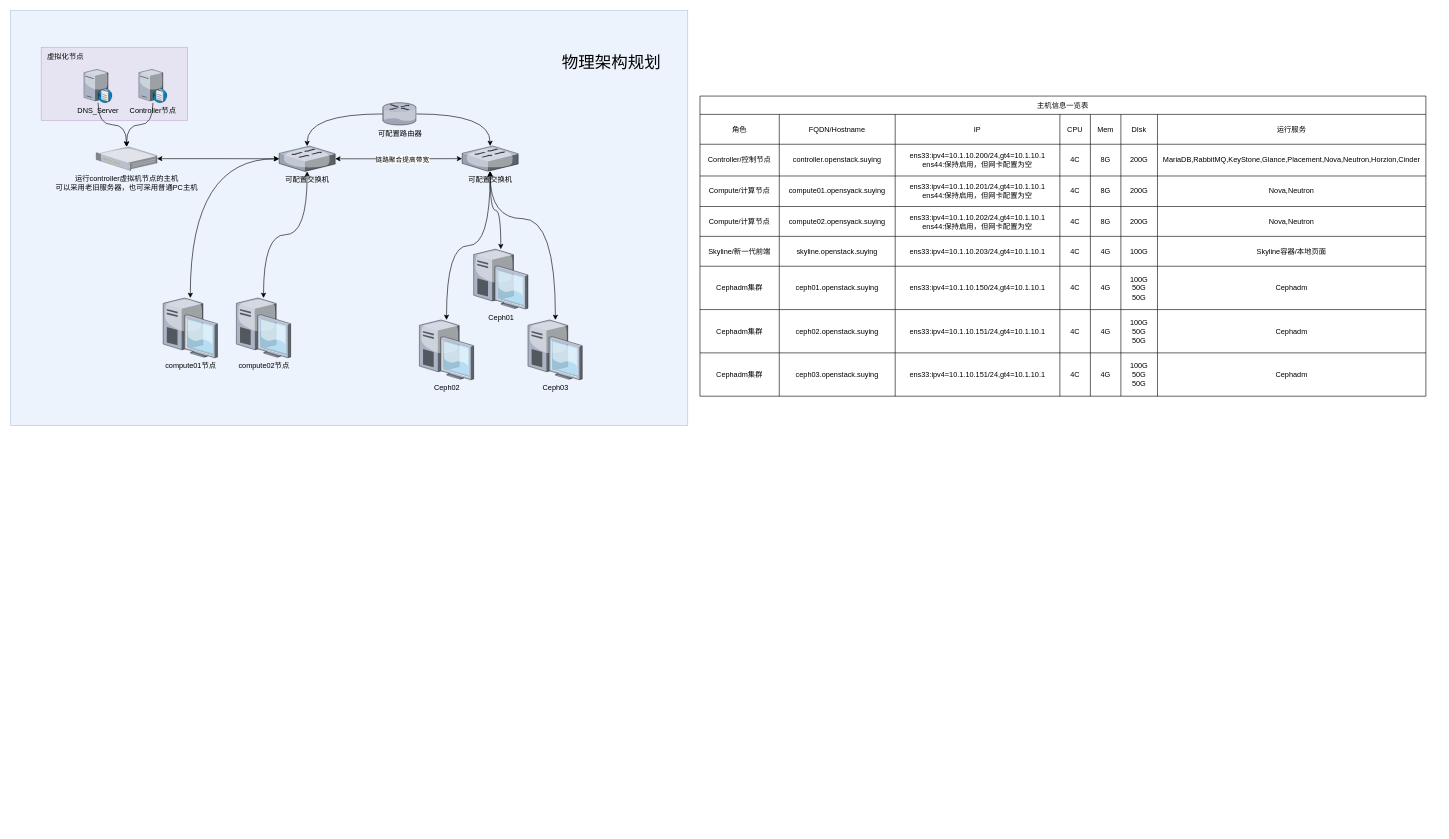
The draw.io diagram page "第 1 页" (1 of 2) of 新一版结构图.drawio in lrAltas/DrwaIO, before the edit. Source tidied: cells renumbered, new cells numbered last; positions are measured from the earlier drawing's top-left corner, leaving out a move shared by most shapes. Both pictures are drawn from the tidied source at 61%, with x=0, y=0 at pixel (10, 10).
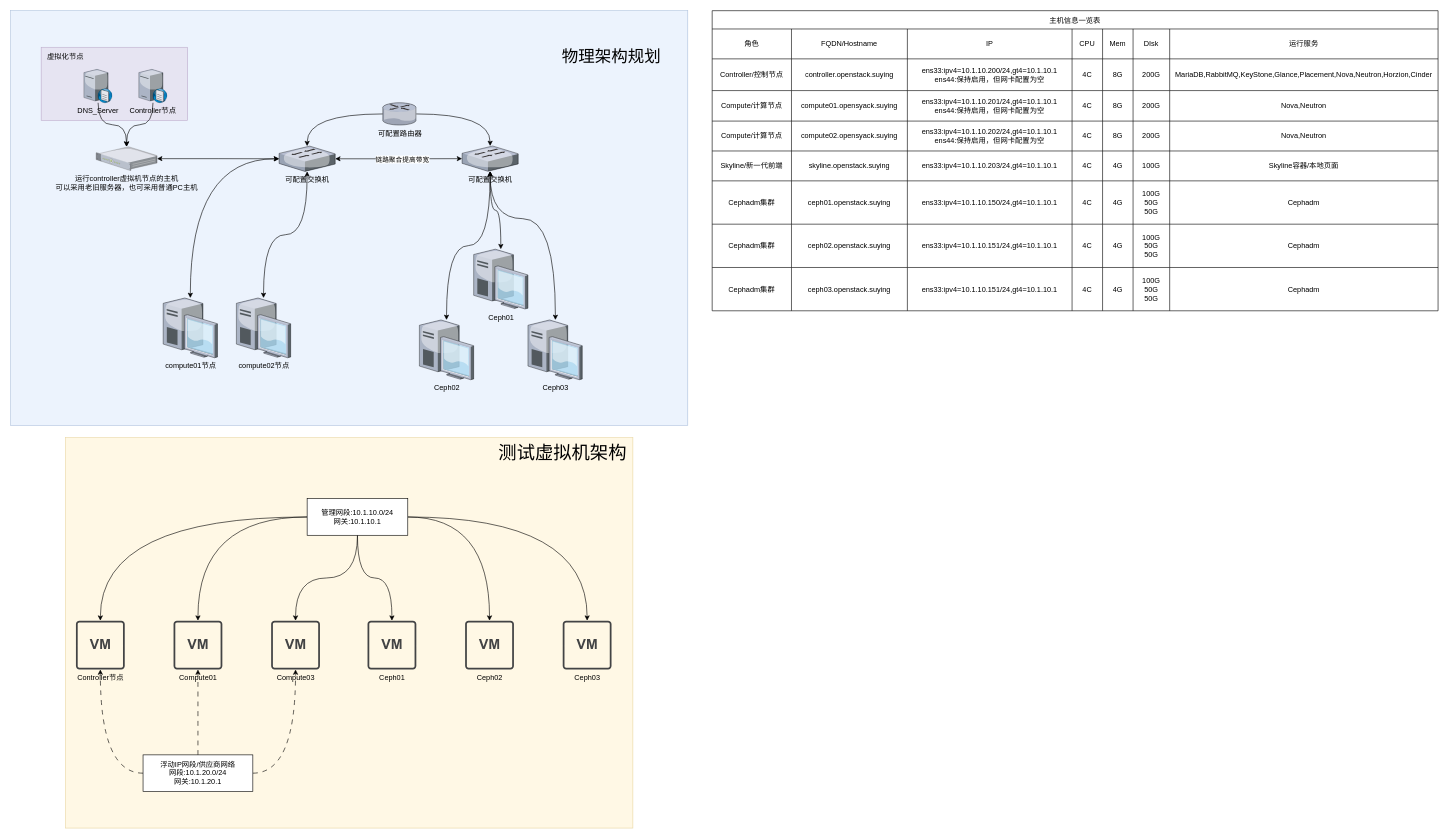
The same page after the edit.

Commit message:
更新新一版结构图.drawio

Diff of the diagram source:
```diff
@@
+    <mxCell id="94" style="rounded=0;whiteSpace=wrap;html=1;fillColor=#fff2cc;strokeColor=#d6b656;opacity=50;" parent="1" vertex="1">
+      <mxGeometry x="90" y="700" width="930" height="640" as="geometry" />
+    </mxCell>
@@
     <mxCell id="6" value="主机信息一览表" style="shape=table;startSize=30;childLayout=tableLayout;" parent="1" vertex="1">
-      <mxGeometry x="1130" y="140" width="1190" height="492" as="geometry" />
+      <mxGeometry x="1150" width="1190" height="492" as="geometry" />
     </mxCell>
@@
     <mxCell id="93" value="&lt;font style=&quot;font-size: 27px;&quot;&gt;物理架构规划&lt;/font&gt;" style="text;html=1;whiteSpace=wrap;strokeColor=none;fillColor=none;align=center;verticalAlign=middle;rounded=0;" parent="1" vertex="1">
-      <mxGeometry x="890" y="60" width="190" height="50" as="geometry" />
+      <mxGeometry x="890" y="50" width="190" height="50" as="geometry" />
     </mxCell>
+    <mxCell id="95" value="Controller节点" style="sketch=0;shadow=0;dashed=0;html=1;strokeColor=none;fillColor=#434445;labelPosition=center;verticalLabelPosition=bottom;verticalAlign=top;align=center;outlineConnect=0;shape=mxgraph.vvd.virtual_machine;" parent="1" vertex="1">
+      <mxGeometry x="107" y="1000" width="80" height="80" as="geometry" />
+    </mxCell>
+    <mxCell id="96" value="Compute01" style="sketch=0;shadow=0;dashed=0;html=1;strokeColor=none;fillColor=#434445;labelPosition=center;verticalLabelPosition=bottom;verticalAlign=top;align=center;outlineConnect=0;shape=mxgraph.vvd.virtual_machine;" parent="1" vertex="1">
+      <mxGeometry x="267" y="1000" width="80" height="80" as="geometry" />
+    </mxCell>
+    <mxCell id="97" value="Compute03" style="sketch=0;shadow=0;dashed=0;html=1;strokeColor=none;fillColor=#434445;labelPosition=center;verticalLabelPosition=bottom;verticalAlign=top;align=center;outlineConnect=0;shape=mxgraph.vvd.virtual_machine;" parent="1" vertex="1">
+      <mxGeometry x="427" y="1000" width="80" height="80" as="geometry" />
+    </mxCell>
+    <mxCell id="98" value="Ceph01" style="sketch=0;shadow=0;dashed=0;html=1;strokeColor=none;fillColor=#434445;labelPosition=center;verticalLabelPosition=bottom;verticalAlign=top;align=center;outlineConnect=0;shape=mxgraph.vvd.virtual_machine;" parent="1" vertex="1">
+      <mxGeometry x="585" y="1000" width="80" height="80" as="geometry" />
+    </mxCell>
+    <mxCell id="99" value="&lt;div&gt;Ceph02&lt;/div&gt;" style="sketch=0;shadow=0;dashed=0;html=1;strokeColor=none;fillColor=#434445;labelPosition=center;verticalLabelPosition=bottom;verticalAlign=top;align=center;outlineConnect=0;shape=mxgraph.vvd.virtual_machine;" parent="1" vertex="1">
+      <mxGeometry x="745" y="1000" width="80" height="80" as="geometry" />
+    </mxCell>
+    <mxCell id="100" value="Ceph03" style="sketch=0;shadow=0;dashed=0;html=1;strokeColor=none;fillColor=#434445;labelPosition=center;verticalLabelPosition=bottom;verticalAlign=top;align=center;outlineConnect=0;shape=mxgraph.vvd.virtual_machine;" parent="1" vertex="1">
+      <mxGeometry x="905" y="1000" width="80" height="80" as="geometry" />
+    </mxCell>
+    <mxCell id="101" style="edgeStyle=orthogonalEdgeStyle;rounded=0;jettySize=auto;html=1;curved=1;dashed=1;dashPattern=8 8;" parent="1" edge="1" source="104" target="95">
+      <mxGeometry relative="1" as="geometry" />
+    </mxCell>
+    <mxCell id="102" style="edgeStyle=orthogonalEdgeStyle;rounded=0;jettySize=auto;html=1;curved=1;dashed=1;dashPattern=8 8;" parent="1" edge="1" source="104" target="96">
+      <mxGeometry relative="1" as="geometry" />
+    </mxCell>
+    <mxCell id="103" style="edgeStyle=orthogonalEdgeStyle;rounded=0;jettySize=auto;html=1;curved=1;dashed=1;dashPattern=8 8;" parent="1" edge="1" source="104" target="97">
+      <mxGeometry relative="1" as="geometry" />
+    </mxCell>
+    <mxCell id="104" value="&lt;div&gt;浮动IP网段/供应商网络&lt;/div&gt;&lt;div&gt;网段:10.1.20.0/24&lt;/div&gt;&lt;div&gt;网关:10.1.20.1&lt;/div&gt;" style="rounded=0;whiteSpace=wrap;html=1;" parent="1" vertex="1">
+      <mxGeometry x="217" y="1220" width="180" height="60" as="geometry" />
+    </mxCell>
+    <mxCell id="105" style="edgeStyle=orthogonalEdgeStyle;rounded=0;jettySize=auto;html=1;curved=1;" parent="1" edge="1" source="111" target="95">
+      <mxGeometry relative="1" as="geometry" />
+    </mxCell>
+    <mxCell id="106" style="edgeStyle=orthogonalEdgeStyle;rounded=0;jettySize=auto;html=1;curved=1;" parent="1" edge="1" source="111" target="96">
+      <mxGeometry relative="1" as="geometry" />
+    </mxCell>
+    <mxCell id="107" style="edgeStyle=orthogonalEdgeStyle;rounded=0;jettySize=auto;html=1;curved=1;" parent="1" edge="1" source="111" target="97">
+      <mxGeometry relative="1" as="geometry" />
+    </mxCell>
+    <mxCell id="108" style="edgeStyle=orthogonalEdgeStyle;rounded=0;jettySize=auto;html=1;curved=1;" parent="1" edge="1" source="111" target="98">
+      <mxGeometry relative="1" as="geometry" />
+    </mxCell>
+    <mxCell id="109" style="edgeStyle=orthogonalEdgeStyle;rounded=0;jettySize=auto;html=1;curved=1;" parent="1" edge="1" source="111" target="99">
+      <mxGeometry relative="1" as="geometry" />
+    </mxCell>
+    <mxCell id="110" style="edgeStyle=orthogonalEdgeStyle;rounded=0;jettySize=auto;html=1;curved=1;" parent="1" edge="1" source="111" target="100">
+      <mxGeometry relative="1" as="geometry" />
+    </mxCell>
+    <mxCell id="111" value="&lt;div&gt;管理网段:10.1.10.0/24&lt;/div&gt;&lt;div&gt;网关:10.1.10.1&lt;/div&gt;" style="rounded=0;whiteSpace=wrap;html=1;" parent="1" vertex="1">
+      <mxGeometry x="486" y="800" width="165" height="60" as="geometry" />
+    </mxCell>
+    <mxCell id="112" value="&lt;font style=&quot;font-size: 30px;&quot;&gt;测试虚拟机架构&lt;/font&gt;" style="text;html=1;whiteSpace=wrap;strokeColor=none;fillColor=none;align=center;verticalAlign=middle;rounded=0;" parent="1" vertex="1">
+      <mxGeometry x="790" y="700" width="230" height="50" as="geometry" />
+    </mxCell>
```
